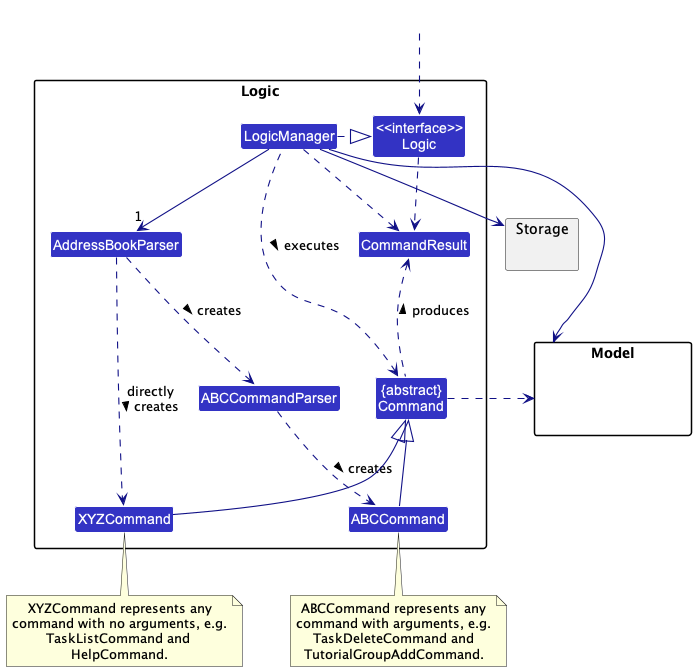
This is docs/images/LogicClassDiagram.png from nus-cs2103-AY2223S1/tp, a PlantUML export, as it was before one commit.
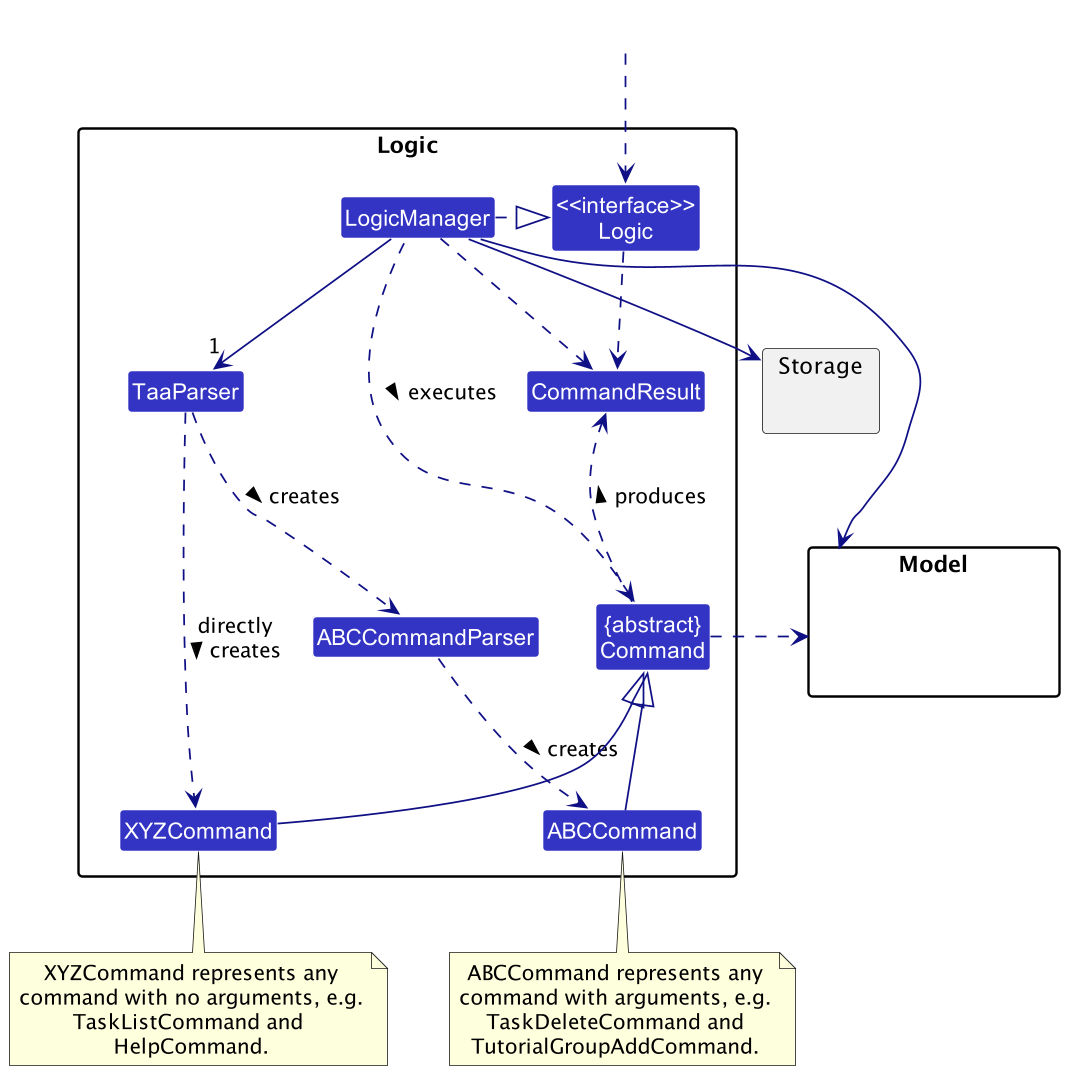
Later version of the same file.

Change to the diagram source:
```diff
@@ -6,7 +6,7 @@
 
 package Logic {
 
-Class AddressBookParser
+Class TaaParser
 Class ABCCommandParser
 Class ABCCommand
 Class XYZCommand
@@ -29,9 +29,9 @@
 HiddenOutside ..> Logic
 
 LogicManager .right.|> Logic
-LogicManager -right->"1" AddressBookParser
-AddressBookParser .right.> XYZCommand : directly\ncreates >
-AddressBookParser ..> ABCCommandParser : creates >
+LogicManager -right->"1" TaaParser
+TaaParser .right.> XYZCommand : directly\ncreates >
+TaaParser ..> ABCCommandParser : creates >
 ABCCommandParser ..> ABCCommand : creates >
 
 XYZCommand -up-|> Command
```
